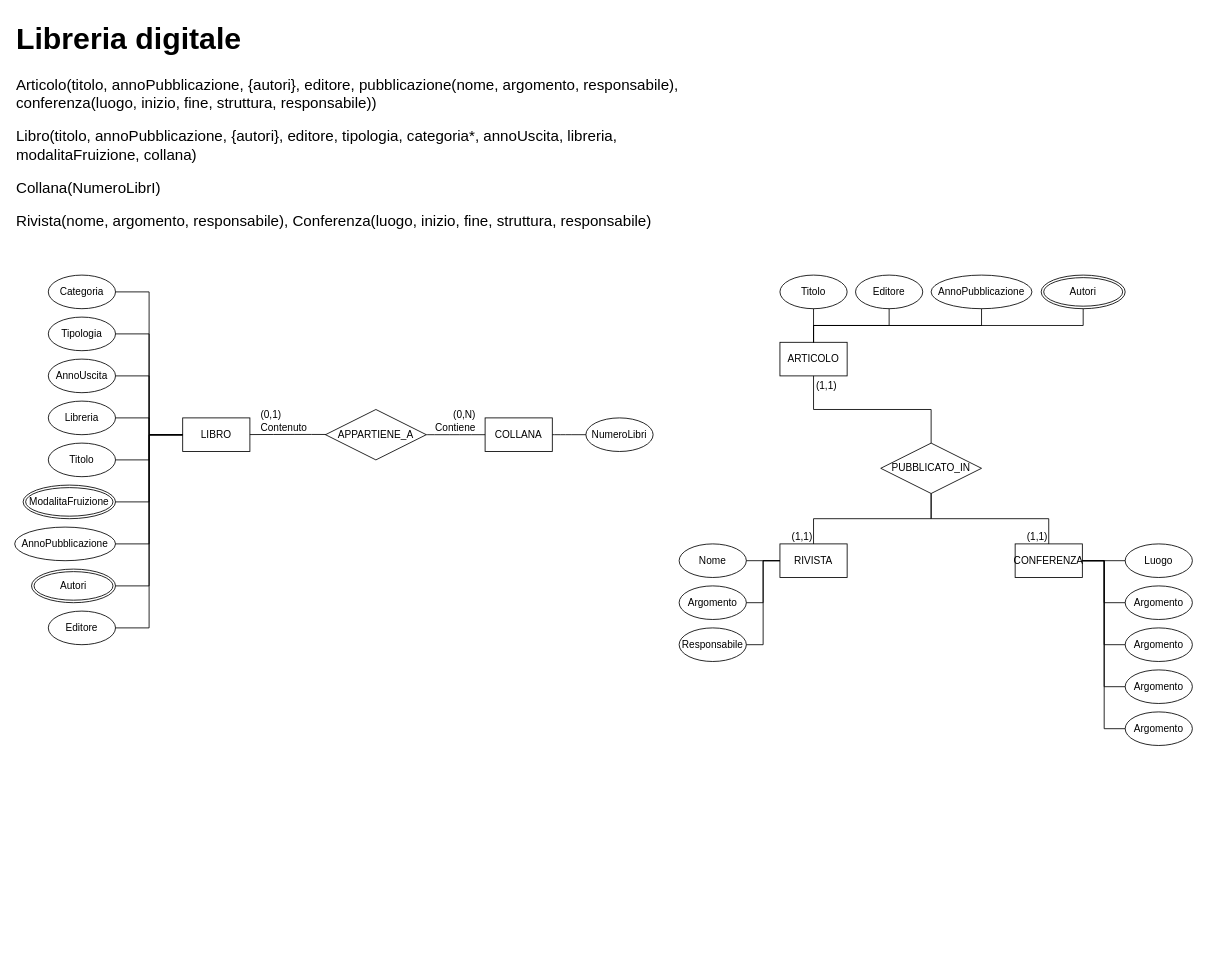
Gabbinetto/draw.io-diagrams keeps this draw.io diagram as database/esercitazione1.drawio. Above is the earlier version. Source tidied: cells renumbered, new cells numbered last; positions are measured from the earlier drawing's top-left corner, leaving out a move shared by most shapes. Both pictures are drawn from the tidied source at 84%, with x=0, y=0 at pixel (14, 14).
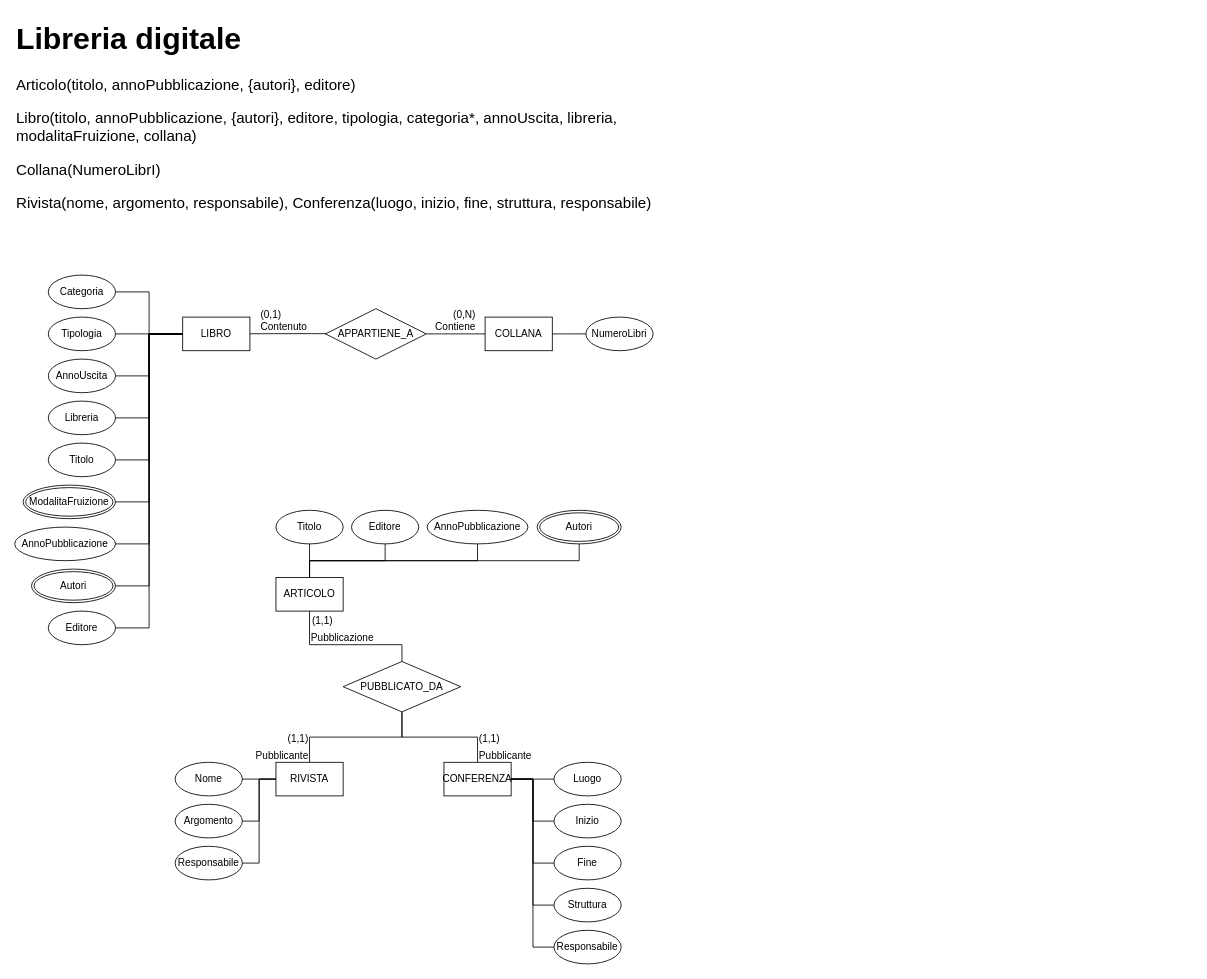
Above is the later version.

Unchanged cells that the change refers to:
```xml
<mxCell id="5" value="Titolo" style="ellipse;whiteSpace=wrap;html=1;align=center;" parent="1" vertex="1">
  <mxGeometry x="40" y="510" width="80" height="40" as="geometry" />
</mxCell>
<mxCell id="6" value="AnnoPubblicazione" style="ellipse;whiteSpace=wrap;html=1;align=center;" parent="1" vertex="1">
  <mxGeometry y="610" width="120" height="40" as="geometry" />
</mxCell>
<mxCell id="7" value="Autori" style="ellipse;shape=doubleEllipse;margin=3;whiteSpace=wrap;html=1;align=center;" parent="1" vertex="1">
  <mxGeometry x="20" y="660" width="100" height="40" as="geometry" />
</mxCell>
<mxCell id="8" value="Editore" style="ellipse;whiteSpace=wrap;html=1;align=center;" parent="1" vertex="1">
  <mxGeometry x="40" y="710" width="80" height="40" as="geometry" />
</mxCell>
<mxCell id="9" value="Tipologia" style="ellipse;whiteSpace=wrap;html=1;align=center;" parent="1" vertex="1">
  <mxGeometry x="40" y="360" width="80" height="40" as="geometry" />
</mxCell>
<mxCell id="10" value="Categoria" style="ellipse;whiteSpace=wrap;html=1;align=center;" parent="1" vertex="1">
  <mxGeometry x="40" y="310" width="80" height="40" as="geometry" />
</mxCell>
<mxCell id="11" value="AnnoUscita" style="ellipse;whiteSpace=wrap;html=1;align=center;" parent="1" vertex="1">
  <mxGeometry x="40" y="410" width="80" height="40" as="geometry" />
</mxCell>
<mxCell id="12" value="Libreria" style="ellipse;whiteSpace=wrap;html=1;align=center;" parent="1" vertex="1">
  <mxGeometry x="40" y="460" width="80" height="40" as="geometry" />
</mxCell>
<mxCell id="13" value="ModalitaFruizione" style="ellipse;shape=doubleEllipse;margin=3;whiteSpace=wrap;html=1;align=center;" parent="1" vertex="1">
  <mxGeometry x="10" y="560" width="110" height="40" as="geometry" />
</mxCell>
<mxCell id="60" style="endArrow=none;html=1;rounded=0;fontSize=12;startSize=8;endSize=8;edgeStyle=elbowEdgeStyle;elbow=vertical;" parent="1" edge="1" source="49" target="39">
  <mxGeometry relative="1" as="geometry" />
</mxCell>
<mxCell id="62" style="endArrow=none;html=1;rounded=0;fontSize=12;startSize=8;endSize=8;edgeStyle=elbowEdgeStyle;elbow=vertical;" parent="1" edge="1" source="49" target="40">
  <mxGeometry relative="1" as="geometry" />
</mxCell>
```

The edit, as a diff of the source:
```diff
@@
-    <mxCell id="2" value="&lt;h1 style=&quot;margin-top: 0px;&quot;&gt;Libreria digitale&lt;/h1&gt;&lt;p&gt;Articolo(titolo,&amp;nbsp;annoPubblicazione, {autori}, editore, pubblicazione(nome, argomento, responsabile), conferenza(luogo, inizio, fine, struttura, responsabile))&lt;/p&gt;&lt;p&gt;Libro(titolo, annoPubblicazione, {autori}, editore, tipologia, categoria*, annoUscita, libreria, modalitaFruizione, collana)&lt;/p&gt;&lt;p&gt;Collana(NumeroLibrI)&lt;/p&gt;&lt;p&gt;Rivista(nome, argomento, responsabile), Conferenza(luogo, inizio, fine, struttura, responsabile)&lt;/p&gt;" style="text;html=1;whiteSpace=wrap;overflow=hidden;rounded=0;fontSize=18;" parent="1" vertex="1">
+    <mxCell id="2" value="&lt;h1 style=&quot;margin-top: 0px;&quot;&gt;Libreria digitale&lt;/h1&gt;&lt;p&gt;Articolo(titolo,&amp;nbsp;annoPubblicazione, {autori}, editore)&lt;/p&gt;&lt;p&gt;Libro(titolo, annoPubblicazione, {autori}, editore, tipologia, categoria*, annoUscita, libreria, modalitaFruizione, collana)&lt;/p&gt;&lt;p&gt;Collana(NumeroLibrI)&lt;/p&gt;&lt;p&gt;Rivista(nome, argomento, responsabile), Conferenza(luogo, inizio, fine, struttura, responsabile)&lt;/p&gt;" style="text;html=1;whiteSpace=wrap;overflow=hidden;rounded=0;fontSize=18;" parent="1" vertex="1">
       <mxGeometry width="810" height="260" as="geometry" />
     </mxCell>
     <mxCell id="3" value="LIBRO" style="whiteSpace=wrap;html=1;align=center;" parent="1" vertex="1">
-      <mxGeometry x="200" y="480" width="80" height="40" as="geometry" />
+      <mxGeometry x="200" y="360" width="80" height="40" as="geometry" />
     </mxCell>
     <mxCell id="4" value="ARTICOLO" style="whiteSpace=wrap;html=1;align=center;" parent="1" vertex="1">
-      <mxGeometry x="911" y="390" width="80" height="40" as="geometry" />
+      <mxGeometry x="311" y="670" width="80" height="40" as="geometry" />
     </mxCell>
@@
-    <mxCell id="14" style="endArrow=none;html=1;rounded=0;fontSize=12;startSize=8;endSize=8;jumpStyle=none;flowAnimation=0;edgeStyle=elbowEdgeStyle;" parent="1" edge="1" source="10" target="3">
-      <mxGeometry relative="1" as="geometry" />
-    </mxCell>
-    <mxCell id="15" style="endArrow=none;html=1;rounded=0;fontSize=12;startSize=8;endSize=8;edgeStyle=elbowEdgeStyle;" parent="1" edge="1" source="9" target="3">
-      <mxGeometry relative="1" as="geometry" />
-    </mxCell>
-    <mxCell id="16" style="endArrow=none;html=1;rounded=0;fontSize=12;startSize=8;endSize=8;edgeStyle=elbowEdgeStyle;" parent="1" edge="1" source="12" target="3">
-      <mxGeometry relative="1" as="geometry" />
-    </mxCell>
-    <mxCell id="17" style="endArrow=none;html=1;rounded=0;fontSize=12;startSize=8;endSize=8;edgeStyle=elbowEdgeStyle;" parent="1" edge="1" source="11" target="3">
-      <mxGeometry relative="1" as="geometry" />
-    </mxCell>
-    <mxCell id="18" style="endArrow=none;html=1;rounded=0;fontSize=12;startSize=8;endSize=8;edgeStyle=elbowEdgeStyle;" parent="1" edge="1" source="5" target="3">
-      <mxGeometry relative="1" as="geometry" />
-    </mxCell>
-    <mxCell id="19" style="endArrow=none;html=1;rounded=0;fontSize=12;startSize=8;endSize=8;edgeStyle=elbowEdgeStyle;" parent="1" edge="1" source="13" target="3">
-      <mxGeometry relative="1" as="geometry" />
-    </mxCell>
-    <mxCell id="20" style="endArrow=none;html=1;rounded=0;fontSize=12;startSize=8;endSize=8;edgeStyle=elbowEdgeStyle;" parent="1" edge="1" source="6" target="3">
-      <mxGeometry relative="1" as="geometry" />
-    </mxCell>
-    <mxCell id="21" style="endArrow=none;html=1;rounded=0;fontSize=12;startSize=8;endSize=8;edgeStyle=elbowEdgeStyle;" parent="1" edge="1" source="7" target="3">
-      <mxGeometry relative="1" as="geometry" />
-    </mxCell>
-    <mxCell id="22" style="endArrow=none;html=1;rounded=0;fontSize=12;startSize=8;endSize=8;edgeStyle=elbowEdgeStyle;" parent="1" edge="1" source="8" target="3">
-      <mxGeometry relative="1" as="geometry" />
-    </mxCell>
     <mxCell id="23" value="COLLANA" style="whiteSpace=wrap;html=1;align=center;" parent="1" vertex="1">
-      <mxGeometry x="560" y="480" width="80" height="40" as="geometry" />
+      <mxGeometry x="560" y="360" width="80" height="40" as="geometry" />
     </mxCell>
     <mxCell id="24" value="NumeroLibri" style="ellipse;whiteSpace=wrap;html=1;align=center;" parent="1" vertex="1">
-      <mxGeometry x="680" y="480" width="80" height="40" as="geometry" />
+      <mxGeometry x="680" y="360" width="80" height="40" as="geometry" />
     </mxCell>
     <mxCell id="25" value="APPARTIENE_A" style="shape=rhombus;perimeter=rhombusPerimeter;whiteSpace=wrap;html=1;align=center;" parent="1" vertex="1">
-      <mxGeometry x="370" y="470" width="120" height="60" as="geometry" />
+      <mxGeometry x="370" y="350" width="120" height="60" as="geometry" />
     </mxCell>
     <mxCell id="26" style="endArrow=none;html=1;rounded=0;fontSize=12;startSize=8;endSize=8;curved=1;" parent="1" edge="1" source="3" target="25">
       <mxGeometry relative="1" as="geometry">
         <Array as="points">
-          <mxPoint x="340" y="499.6" />
+          <mxPoint x="340" y="379.6" />
         </Array>
       </mxGeometry>
     </mxCell>
@@
     <mxCell id="31" value="Titolo" style="ellipse;whiteSpace=wrap;html=1;align=center;" parent="1" vertex="1">
-      <mxGeometry x="911" y="310" width="80" height="40" as="geometry" />
+      <mxGeometry x="311" y="590" width="80" height="40" as="geometry" />
     </mxCell>
     <mxCell id="32" value="AnnoPubblicazione" style="ellipse;whiteSpace=wrap;html=1;align=center;" parent="1" vertex="1">
-      <mxGeometry x="1091" y="310" width="120" height="40" as="geometry" />
+      <mxGeometry x="491" y="590" width="120" height="40" as="geometry" />
     </mxCell>
     <mxCell id="33" value="Autori" style="ellipse;shape=doubleEllipse;margin=3;whiteSpace=wrap;html=1;align=center;" parent="1" vertex="1">
-      <mxGeometry x="1222" y="310" width="100" height="40" as="geometry" />
+      <mxGeometry x="622" y="590" width="100" height="40" as="geometry" />
     </mxCell>
     <mxCell id="34" value="Editore" style="ellipse;whiteSpace=wrap;html=1;align=center;" parent="1" vertex="1">
-      <mxGeometry x="1001" y="310" width="80" height="40" as="geometry" />
+      <mxGeometry x="401" y="590" width="80" height="40" as="geometry" />
     </mxCell>
@@
     <mxCell id="39" value="RIVISTA" style="whiteSpace=wrap;html=1;align=center;" parent="1" vertex="1">
-      <mxGeometry x="911" y="630" width="80" height="40" as="geometry" />
+      <mxGeometry x="311" y="890" width="80" height="40" as="geometry" />
     </mxCell>
     <mxCell id="40" value="CONFERENZA" style="whiteSpace=wrap;html=1;align=center;" parent="1" vertex="1">
-      <mxGeometry x="1191" y="630" width="80" height="40" as="geometry" />
+      <mxGeometry x="511" y="890" width="80" height="40" as="geometry" />
     </mxCell>
     <mxCell id="41" value="Nome" style="ellipse;whiteSpace=wrap;html=1;align=center;" parent="1" vertex="1">
-      <mxGeometry x="791" y="630" width="80" height="40" as="geometry" />
+      <mxGeometry x="191" y="890" width="80" height="40" as="geometry" />
     </mxCell>
     <mxCell id="42" value="Argomento" style="ellipse;whiteSpace=wrap;html=1;align=center;" parent="1" vertex="1">
-      <mxGeometry x="791" y="680" width="80" height="40" as="geometry" />
+      <mxGeometry x="191" y="940" width="80" height="40" as="geometry" />
     </mxCell>
     <mxCell id="43" value="Responsabile" style="ellipse;whiteSpace=wrap;html=1;align=center;" parent="1" vertex="1">
-      <mxGeometry x="791" y="730" width="80" height="40" as="geometry" />
+      <mxGeometry x="191" y="990" width="80" height="40" as="geometry" />
     </mxCell>
     <mxCell id="44" value="Luogo" style="ellipse;whiteSpace=wrap;html=1;align=center;" parent="1" vertex="1">
-      <mxGeometry x="1322" y="630" width="80" height="40" as="geometry" />
+      <mxGeometry x="642" y="890" width="80" height="40" as="geometry" />
     </mxCell>
-    <mxCell id="45" value="Argomento" style="ellipse;whiteSpace=wrap;html=1;align=center;" parent="1" vertex="1">
-      <mxGeometry x="1322" y="680" width="80" height="40" as="geometry" />
+    <mxCell id="45" value="Inizio" style="ellipse;whiteSpace=wrap;html=1;align=center;" parent="1" vertex="1">
+      <mxGeometry x="642" y="940" width="80" height="40" as="geometry" />
     </mxCell>
-    <mxCell id="46" value="Argomento" style="ellipse;whiteSpace=wrap;html=1;align=center;" parent="1" vertex="1">
-      <mxGeometry x="1322" y="730" width="80" height="40" as="geometry" />
+    <mxCell id="46" value="Fine" style="ellipse;whiteSpace=wrap;html=1;align=center;" parent="1" vertex="1">
+      <mxGeometry x="642" y="990" width="80" height="40" as="geometry" />
     </mxCell>
-    <mxCell id="47" value="Argomento" style="ellipse;whiteSpace=wrap;html=1;align=center;" parent="1" vertex="1">
-      <mxGeometry x="1322" y="780" width="80" height="40" as="geometry" />
+    <mxCell id="47" value="Struttura" style="ellipse;whiteSpace=wrap;html=1;align=center;" parent="1" vertex="1">
+      <mxGeometry x="642" y="1040" width="80" height="40" as="geometry" />
     </mxCell>
-    <mxCell id="48" value="Argomento" style="ellipse;whiteSpace=wrap;html=1;align=center;" parent="1" vertex="1">
-      <mxGeometry x="1322" y="830" width="80" height="40" as="geometry" />
+    <mxCell id="48" value="Responsabile" style="ellipse;whiteSpace=wrap;html=1;align=center;" parent="1" vertex="1">
+      <mxGeometry x="642" y="1090" width="80" height="40" as="geometry" />
     </mxCell>
-    <mxCell id="49" value="PUBBLICATO_IN" style="shape=rhombus;perimeter=rhombusPerimeter;whiteSpace=wrap;html=1;align=center;" parent="1" vertex="1">
-      <mxGeometry x="1031" y="510" width="120" height="60" as="geometry" />
+    <mxCell id="49" value="PUBBLICATO_DA" style="shape=rhombus;perimeter=rhombusPerimeter;whiteSpace=wrap;html=1;align=center;" parent="1" vertex="1">
+      <mxGeometry x="391" y="770" width="140" height="60" as="geometry" />
     </mxCell>
@@
-    <mxCell id="58" style="endArrow=none;html=1;rounded=0;fontSize=12;startSize=8;endSize=8;edgeStyle=elbowEdgeStyle;elbow=vertical;" parent="1" edge="1" source="49" target="4">
-      <mxGeometry relative="1" as="geometry" />
+    <mxCell id="58" style="endArrow=none;html=1;rounded=0;fontSize=12;startSize=8;endSize=8;edgeStyle=elbowEdgeStyle;elbow=vertical;exitX=0.5;exitY=0;exitDx=0;exitDy=0;" parent="1" edge="1" source="49" target="4">
+      <mxGeometry relative="1" as="geometry">
+        <Array as="points">
+          <mxPoint x="411" y="750" />
+        </Array>
+      </mxGeometry>
     </mxCell>
@@
     <mxCell id="61" value="(1,1)" style="html=1;whiteSpace=wrap;align=right;verticalAlign=bottom;" parent="60" vertex="1">
-      <mxGeometry x="1" relative="1" as="geometry" />
+      <mxGeometry x="1" relative="1" as="geometry">
+        <mxPoint y="-20" as="offset" />
+      </mxGeometry>
     </mxCell>
@@
-    <mxCell id="63" value="(1,1)" style="html=1;whiteSpace=wrap;align=right;verticalAlign=bottom;" parent="62" vertex="1">
-      <mxGeometry x="1" relative="1" as="geometry" />
+    <mxCell id="63" value="(1,1)" style="html=1;whiteSpace=wrap;align=left;verticalAlign=bottom;" parent="62" vertex="1">
+      <mxGeometry x="1" relative="1" as="geometry">
+        <mxPoint y="-20" as="offset" />
+      </mxGeometry>
     </mxCell>
+    <mxCell id="64" value="Pubblicazione" style="html=1;whiteSpace=wrap;align=left;verticalAlign=bottom;" parent="1" vertex="1">
+      <mxGeometry x="351" y="750" as="geometry" />
+    </mxCell>
+    <mxCell id="65" value="Pubblicante" style="html=1;whiteSpace=wrap;align=right;verticalAlign=bottom;" parent="1" vertex="1">
+      <mxGeometry x="351" y="890" as="geometry" />
+    </mxCell>
+    <mxCell id="66" value="Pubblicante" style="html=1;whiteSpace=wrap;align=left;verticalAlign=bottom;" parent="1" vertex="1">
+      <mxGeometry x="551" y="890" as="geometry" />
+    </mxCell>
+    <mxCell id="14" style="endArrow=none;html=1;rounded=0;edgeStyle=elbowEdgeStyle;" parent="1" edge="1" source="10" target="3">
+      <mxGeometry relative="1" as="geometry" />
+    </mxCell>
+    <mxCell id="15" style="endArrow=none;html=1;rounded=0;edgeStyle=elbowEdgeStyle;" parent="1" edge="1" source="9" target="3">
+      <mxGeometry relative="1" as="geometry" />
+    </mxCell>
+    <mxCell id="17" style="endArrow=none;html=1;rounded=0;edgeStyle=elbowEdgeStyle;" parent="1" edge="1" source="11" target="3">
+      <mxGeometry relative="1" as="geometry" />
+    </mxCell>
+    <mxCell id="16" style="endArrow=none;html=1;rounded=0;edgeStyle=elbowEdgeStyle;" parent="1" edge="1" source="12" target="3">
+      <mxGeometry relative="1" as="geometry" />
+    </mxCell>
+    <mxCell id="18" style="endArrow=none;html=1;rounded=0;edgeStyle=elbowEdgeStyle;" parent="1" edge="1" source="5" target="3">
+      <mxGeometry relative="1" as="geometry" />
+    </mxCell>
+    <mxCell id="19" style="endArrow=none;html=1;rounded=0;edgeStyle=elbowEdgeStyle;" parent="1" edge="1" source="13" target="3">
+      <mxGeometry relative="1" as="geometry" />
+    </mxCell>
+    <mxCell id="20" style="endArrow=none;html=1;rounded=0;edgeStyle=elbowEdgeStyle;" parent="1" edge="1" source="6" target="3">
+      <mxGeometry relative="1" as="geometry" />
+    </mxCell>
+    <mxCell id="21" style="endArrow=none;html=1;rounded=0;edgeStyle=elbowEdgeStyle;" parent="1" edge="1" source="7" target="3">
+      <mxGeometry relative="1" as="geometry" />
+    </mxCell>
+    <mxCell id="22" style="endArrow=none;html=1;rounded=0;edgeStyle=elbowEdgeStyle;" parent="1" edge="1" source="8" target="3">
+      <mxGeometry relative="1" as="geometry" />
+    </mxCell>
```
